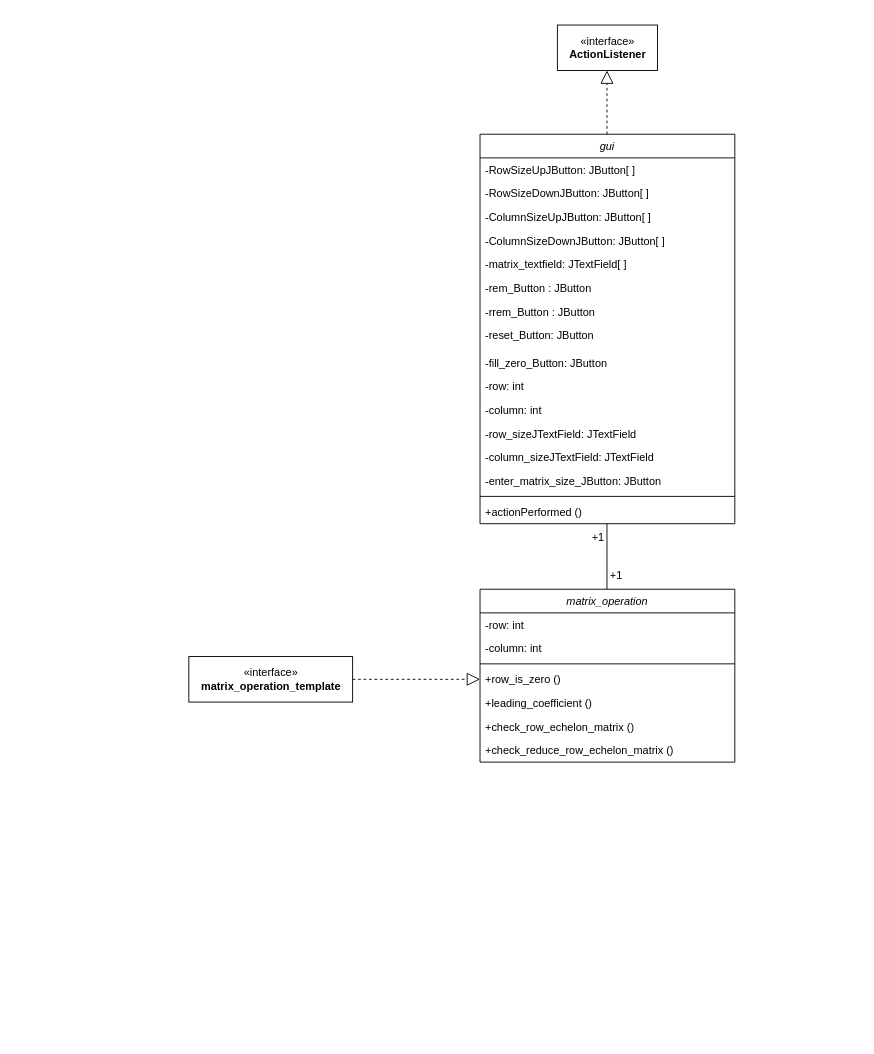
This is final/diagram/matrix_class_diagram.drawio from lsealedl/Row_Echelon_Matrix, a draw.io file, before an edit. Source tidied: cells renumbered, new cells numbered last; positions are measured from the earlier drawing's top-left corner, leaving out a move shared by most shapes. Both pictures are drawn from the tidied source at 91%, with x=0, y=0 at pixel (188, 25).
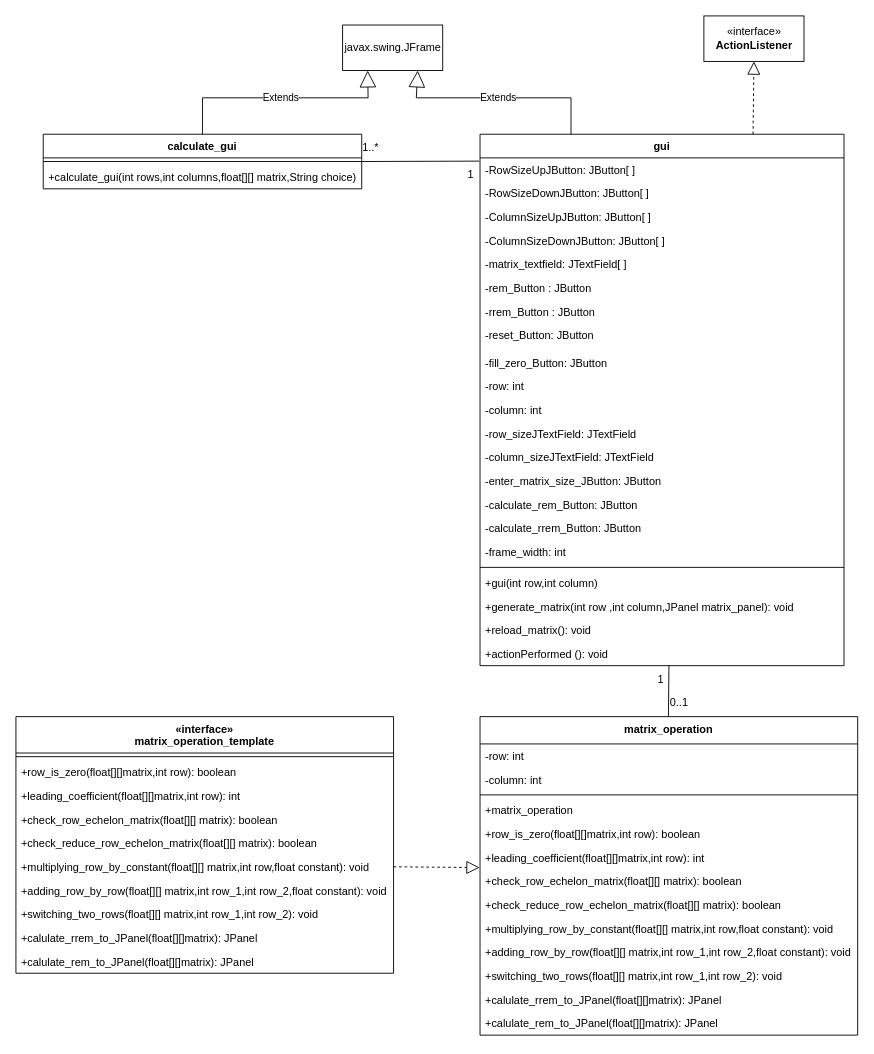
After the change.

What changed in the source:
```diff
@@
-    <mxCell id="2" value="gui" style="swimlane;fontStyle=2;align=center;verticalAlign=top;horizontal=1;startSize=26;rounded=0;shadow=0;strokeWidth=1;" parent="1" vertex="1">
-      <mxGeometry x="320" y="120" width="280" height="428" as="geometry" />
+    <mxCell id="2" value="gui" style="swimlane;fontStyle=1;align=center;verticalAlign=top;horizontal=1;startSize=26;rounded=0;shadow=0;strokeWidth=1;" parent="1" vertex="1">
+      <mxGeometry x="320" y="120" width="400" height="584" as="geometry" />
     </mxCell>
     <mxCell id="3" value="-RowSizeUpJButton: JButton[ ]" style="text;align=left;verticalAlign=top;spacingLeft=4;spacingRight=4;overflow=hidden;points=[[0,0.5],[1,0.5]];portConstraint=eastwest;" parent="2" vertex="1">
-      <mxGeometry y="26" width="280" height="26" as="geometry" />
+      <mxGeometry y="26" width="400" height="26" as="geometry" />
     </mxCell>
     <mxCell id="4" value="-RowSizeDownJButton: JButton[ ]" style="text;align=left;verticalAlign=top;spacingLeft=4;spacingRight=4;overflow=hidden;" parent="2" vertex="1">
-      <mxGeometry y="52" width="280" height="26" as="geometry" />
+      <mxGeometry y="52" width="400" height="26" as="geometry" />
     </mxCell>
     <mxCell id="5" value="-ColumnSizeUpJButton: JButton[ ]" style="text;align=left;verticalAlign=top;spacingLeft=4;spacingRight=4;overflow=hidden;" parent="2" vertex="1">
-      <mxGeometry y="78" width="280" height="26" as="geometry" />
+      <mxGeometry y="78" width="400" height="26" as="geometry" />
     </mxCell>
     <mxCell id="6" value="-ColumnSizeDownJButton: JButton[ ]" style="text;align=left;verticalAlign=top;spacingLeft=4;spacingRight=4;overflow=hidden;" parent="2" vertex="1">
-      <mxGeometry y="104" width="280" height="26" as="geometry" />
+      <mxGeometry y="104" width="400" height="26" as="geometry" />
     </mxCell>
     <mxCell id="7" value="-matrix_textfield: JTextField[ ]" style="text;align=left;verticalAlign=top;spacingLeft=4;spacingRight=4;overflow=hidden;" parent="2" vertex="1">
-      <mxGeometry y="130" width="280" height="26" as="geometry" />
+      <mxGeometry y="130" width="400" height="26" as="geometry" />
     </mxCell>
     <mxCell id="8" value="-rem_Button : JButton" style="text;align=left;verticalAlign=top;spacingLeft=4;spacingRight=4;overflow=hidden;rounded=0;shadow=0;html=0;" parent="2" vertex="1">
-      <mxGeometry y="156" width="280" height="26" as="geometry" />
+      <mxGeometry y="156" width="400" height="26" as="geometry" />
     </mxCell>
     <mxCell id="9" value="-rrem_Button : JButton" style="text;align=left;verticalAlign=top;spacingLeft=4;spacingRight=4;overflow=hidden;rounded=0;shadow=0;html=0;" parent="2" vertex="1">
-      <mxGeometry y="182" width="280" height="26" as="geometry" />
+      <mxGeometry y="182" width="400" height="26" as="geometry" />
     </mxCell>
     <mxCell id="10" value="-reset_Button: JButton" style="text;align=left;verticalAlign=top;spacingLeft=4;spacingRight=4;overflow=hidden;" parent="2" vertex="1">
-      <mxGeometry y="208" width="280" height="30" as="geometry" />
+      <mxGeometry y="208" width="400" height="30" as="geometry" />
     </mxCell>
     <mxCell id="11" value="-fill_zero_Button: JButton" style="text;align=left;verticalAlign=top;spacingLeft=4;spacingRight=4;overflow=hidden;rounded=0;shadow=0;html=0;" parent="2" vertex="1">
-      <mxGeometry y="238" width="280" height="26" as="geometry" />
+      <mxGeometry y="238" width="400" height="26" as="geometry" />
     </mxCell>
     <mxCell id="12" value="-row: int" style="text;align=left;verticalAlign=top;spacingLeft=4;spacingRight=4;overflow=hidden;rounded=0;shadow=0;html=0;" parent="2" vertex="1">
-      <mxGeometry y="264" width="280" height="26" as="geometry" />
+      <mxGeometry y="264" width="400" height="26" as="geometry" />
     </mxCell>
     <mxCell id="13" value="-column: int" style="text;align=left;verticalAlign=top;spacingLeft=4;spacingRight=4;overflow=hidden;rounded=0;shadow=0;html=0;" parent="2" vertex="1">
-      <mxGeometry y="290" width="280" height="26" as="geometry" />
+      <mxGeometry y="290" width="400" height="26" as="geometry" />
     </mxCell>
     <mxCell id="14" value="-row_sizeJTextField: JTextField" style="text;align=left;verticalAlign=top;spacingLeft=4;spacingRight=4;overflow=hidden;rounded=0;shadow=0;html=0;" parent="2" vertex="1">
-      <mxGeometry y="316" width="280" height="26" as="geometry" />
+      <mxGeometry y="316" width="400" height="26" as="geometry" />
     </mxCell>
     <mxCell id="15" value="-column_sizeJTextField: JTextField" style="text;align=left;verticalAlign=top;spacingLeft=4;spacingRight=4;overflow=hidden;rounded=0;shadow=0;html=0;" parent="2" vertex="1">
-      <mxGeometry y="342" width="280" height="26" as="geometry" />
+      <mxGeometry y="342" width="400" height="26" as="geometry" />
     </mxCell>
     <mxCell id="16" value="-enter_matrix_size_JButton: JButton" style="text;align=left;verticalAlign=top;spacingLeft=4;spacingRight=4;overflow=hidden;rounded=0;shadow=0;html=0;" parent="2" vertex="1">
-      <mxGeometry y="368" width="280" height="26" as="geometry" />
+      <mxGeometry y="368" width="400" height="26" as="geometry" />
     </mxCell>
+    <mxCell id="34" value="-calculate_rem_Button: JButton" style="text;align=left;verticalAlign=top;spacingLeft=4;spacingRight=4;overflow=hidden;rounded=0;shadow=0;html=0;" parent="2" vertex="1">
+      <mxGeometry y="394" width="400" height="26" as="geometry" />
+    </mxCell>
+    <mxCell id="35" value="-calculate_rrem_Button: JButton" style="text;align=left;verticalAlign=top;spacingLeft=4;spacingRight=4;overflow=hidden;rounded=0;shadow=0;html=0;" parent="2" vertex="1">
+      <mxGeometry y="420" width="400" height="26" as="geometry" />
+    </mxCell>
+    <mxCell id="36" value="-frame_width: int" style="text;align=left;verticalAlign=top;spacingLeft=4;spacingRight=4;overflow=hidden;rounded=0;shadow=0;html=0;" parent="2" vertex="1">
+      <mxGeometry y="446" width="400" height="26" as="geometry" />
+    </mxCell>
     <mxCell id="17" style="line;html=1;strokeWidth=1;align=left;verticalAlign=middle;spacingTop=-1;spacingLeft=3;spacingRight=3;labelPosition=right;" parent="2" vertex="1">
-      <mxGeometry y="394" width="280" height="8" as="geometry" />
+      <mxGeometry y="472" width="400" height="8" as="geometry" />
     </mxCell>
+    <mxCell id="37" value="+gui(int row,int column)" style="text;align=left;verticalAlign=top;spacingLeft=4;spacingRight=4;overflow=hidden;rounded=0;shadow=0;html=0;" parent="2" vertex="1">
+      <mxGeometry y="480" width="400" height="26" as="geometry" />
+    </mxCell>
+    <mxCell id="38" value="+generate_matrix(int row ,int column,JPanel matrix_panel): void" style="text;align=left;verticalAlign=top;spacingLeft=4;spacingRight=4;overflow=hidden;rounded=0;shadow=0;html=0;" parent="2" vertex="1">
+      <mxGeometry y="506" width="400" height="26" as="geometry" />
+    </mxCell>
+    <mxCell id="39" value="+reload_matrix(): void" style="text;align=left;verticalAlign=top;spacingLeft=4;spacingRight=4;overflow=hidden;rounded=0;shadow=0;html=0;" parent="2" vertex="1">
+      <mxGeometry y="532" width="400" height="26" as="geometry" />
+    </mxCell>
-    <mxCell id="18" value="+actionPerformed ()" style="text;align=left;verticalAlign=top;spacingLeft=4;spacingRight=4;overflow=hidden;points=[[0,0.5],[1,0.5]];portConstraint=eastwest;rounded=0;shadow=0;html=0;" parent="2" vertex="1">
-      <mxGeometry y="402" width="280" height="26" as="geometry" />
+    <mxCell id="18" value="+actionPerformed (): void" style="text;align=left;verticalAlign=top;spacingLeft=4;spacingRight=4;overflow=hidden;points=[[0,0.5],[1,0.5]];portConstraint=eastwest;rounded=0;shadow=0;html=0;" parent="2" vertex="1">
+      <mxGeometry y="558" width="400" height="26" as="geometry" />
     </mxCell>
-    <mxCell id="19" style="endArrow=none;html=1;rounded=0;" parent="1" edge="1">
+    <mxCell id="19" style="endArrow=none;html=1;rounded=0;exitX=0.519;exitY=0.995;exitDx=0;exitDy=0;exitPerimeter=0;" parent="1" edge="1" source="18">
       <mxGeometry relative="1" as="geometry">
-        <mxPoint x="459.5" y="548" as="sourcePoint" />
-        <mxPoint x="459.5" y="621" as="targetPoint" />
+        <mxPoint x="526.9" y="773" as="targetPoint" />
       </mxGeometry>
     </mxCell>
     <mxCell id="20" value="«interface»&lt;br&gt;&lt;b&gt;ActionListener&lt;/b&gt;" style="html=1;" parent="1" vertex="1">
-      <mxGeometry x="405" width="110" height="50" as="geometry" />
+      <mxGeometry x="566" y="-10" width="110" height="50" as="geometry" />
     </mxCell>
-    <mxCell id="21" style="endArrow=block;dashed=1;endFill=0;endSize=12;html=1;rounded=0;entryX=0.5;entryY=1;entryDx=0;entryDy=0;exitX=0.5;exitY=0;exitDx=0;exitDy=0;" parent="1" edge="1">
-      <mxGeometry relative="1" as="geometry">
-        <mxPoint x="459.5" y="120" as="sourcePoint" />
-        <mxPoint x="459.5" y="50" as="targetPoint" />
-      </mxGeometry>
+    <mxCell id="21" style="endArrow=block;dashed=1;endFill=0;endSize=12;html=1;rounded=0;entryX=0.5;entryY=1;entryDx=0;entryDy=0;exitX=0.75;exitY=0;exitDx=0;exitDy=0;" parent="1" edge="1" source="2" target="20">
+      <mxGeometry relative="1" as="geometry" />
     </mxCell>
+    <mxCell id="30" value="0..1" style="text;html=1;strokeColor=none;fillColor=none;align=center;verticalAlign=middle;whiteSpace=wrap;rounded=0;" parent="1" vertex="1">
+      <mxGeometry x="529" y="730" width="20" height="30" as="geometry" />
+    </mxCell>
+    <mxCell id="31" value="1" style="text;html=1;strokeColor=none;fillColor=none;align=center;verticalAlign=middle;whiteSpace=wrap;rounded=0;" parent="1" vertex="1">
+      <mxGeometry x="509" y="704" width="20" height="30" as="geometry" />
+    </mxCell>
+    <mxCell id="33" style="endArrow=block;dashed=1;endFill=0;endSize=12;html=1;rounded=0;exitX=1;exitY=0.5;exitDx=0;exitDy=0;entryX=-0.001;entryY=-0.081;entryDx=0;entryDy=0;entryPerimeter=0;" parent="1" edge="1" source="51" target="60">
+      <mxGeometry relative="1" as="geometry" />
+    </mxCell>
+    <mxCell id="40" value="javax.swing.JFrame" style="html=1;" parent="1" vertex="1">
+      <mxGeometry x="169" width="110" height="50" as="geometry" />
+    </mxCell>
+    <mxCell id="41" value="calculate_gui" style="swimlane;fontStyle=1;align=center;verticalAlign=top;horizontal=1;startSize=26;" parent="1" vertex="1">
+      <mxGeometry x="-160" y="120" width="350" height="60" as="geometry" />
+    </mxCell>
+    <mxCell id="42" style="line;strokeWidth=1;fillColor=none;align=left;verticalAlign=middle;spacingTop=-1;spacingLeft=3;spacingRight=3;labelPosition=right;strokeColor=inherit;" parent="41" vertex="1">
+      <mxGeometry y="26" width="350" height="8" as="geometry" />
+    </mxCell>
+    <mxCell id="43" value="+calculate_gui(int rows,int columns,float[][] matrix,String choice)" style="text;strokeColor=none;fillColor=none;align=left;verticalAlign=top;spacingLeft=4;spacingRight=4;overflow=hidden;" parent="41" vertex="1">
+      <mxGeometry y="34" width="350" height="26" as="geometry" />
+    </mxCell>
+    <mxCell id="44" value="Extends" style="endArrow=block;endSize=16;endFill=0;html=1;rounded=0;exitX=0.5;exitY=0;exitDx=0;exitDy=0;entryX=0.25;entryY=1;entryDx=0;entryDy=0;" parent="1" edge="1" source="41" target="40">
+      <mxGeometry relative="1" as="geometry">
+        <Array as="points">
+          <mxPoint x="15" y="80" />
+          <mxPoint x="197" y="80" />
+        </Array>
+      </mxGeometry>
+    </mxCell>
+    <mxCell id="45" value="Extends" style="endArrow=block;endSize=16;endFill=0;html=1;rounded=0;exitX=0.25;exitY=0;exitDx=0;exitDy=0;entryX=0.75;entryY=1;entryDx=0;entryDy=0;" parent="1" edge="1" source="2" target="40">
+      <mxGeometry relative="1" as="geometry">
+        <Array as="points">
+          <mxPoint x="420" y="80" />
+          <mxPoint x="250" y="80" />
+        </Array>
+      </mxGeometry>
+    </mxCell>
+    <mxCell id="32" value="«interface»&#10;matrix_operation_template" style="swimlane;fontStyle=1;align=center;verticalAlign=top;horizontal=1;startSize=40;" parent="1" vertex="1">
+      <mxGeometry x="-190" y="760" width="415" height="282" as="geometry" />
+    </mxCell>
+    <mxCell id="46" style="line;strokeWidth=1;fillColor=none;align=left;verticalAlign=middle;spacingTop=-1;spacingLeft=3;spacingRight=3;labelPosition=right;strokeColor=inherit;" parent="32" vertex="1">
+      <mxGeometry y="40" width="415" height="8" as="geometry" />
+    </mxCell>
+    <mxCell id="47" value="+row_is_zero(float[][]matrix,int row): boolean" style="text;strokeColor=none;fillColor=none;align=left;verticalAlign=top;spacingLeft=4;spacingRight=4;overflow=hidden;" parent="32" vertex="1">
+      <mxGeometry y="48" width="415" height="26" as="geometry" />
+    </mxCell>
+    <mxCell id="48" value="+leading_coefficient(float[][]matrix,int row): int" style="text;strokeColor=none;fillColor=none;align=left;verticalAlign=top;spacingLeft=4;spacingRight=4;overflow=hidden;" parent="32" vertex="1">
+      <mxGeometry y="74" width="415" height="26" as="geometry" />
+    </mxCell>
+    <mxCell id="49" value="+check_row_echelon_matrix(float[][] matrix): boolean" style="text;strokeColor=none;fillColor=none;align=left;verticalAlign=top;spacingLeft=4;spacingRight=4;overflow=hidden;" parent="32" vertex="1">
+      <mxGeometry y="100" width="415" height="26" as="geometry" />
+    </mxCell>
+    <mxCell id="50" value="+check_reduce_row_echelon_matrix(float[][] matrix): boolean" style="text;strokeColor=none;fillColor=none;align=left;verticalAlign=top;spacingLeft=4;spacingRight=4;overflow=hidden;" parent="32" vertex="1">
+      <mxGeometry y="126" width="415" height="26" as="geometry" />
+    </mxCell>
+    <mxCell id="51" value="+multiplying_row_by_constant(float[][] matrix,int row,float constant): void" style="text;strokeColor=none;fillColor=none;align=left;verticalAlign=top;spacingLeft=4;spacingRight=4;overflow=hidden;points=[[0,0.5],[1,0.5]];portConstraint=eastwest;" parent="32" vertex="1">
+      <mxGeometry y="152" width="415" height="26" as="geometry" />
+    </mxCell>
+    <mxCell id="52" value="+adding_row_by_row(float[][] matrix,int row_1,int row_2,float constant): void" style="text;strokeColor=none;fillColor=none;align=left;verticalAlign=top;spacingLeft=4;spacingRight=4;overflow=hidden;" parent="32" vertex="1">
+      <mxGeometry y="178" width="415" height="26" as="geometry" />
+    </mxCell>
+    <mxCell id="53" value="+switching_two_rows(float[][] matrix,int row_1,int row_2): void" style="text;strokeColor=none;fillColor=none;align=left;verticalAlign=top;spacingLeft=4;spacingRight=4;overflow=hidden;" parent="32" vertex="1">
+      <mxGeometry y="204" width="415" height="26" as="geometry" />
+    </mxCell>
+    <mxCell id="54" value="+calulate_rrem_to_JPanel(float[][]matrix): JPanel" style="text;strokeColor=none;fillColor=none;align=left;verticalAlign=top;spacingLeft=4;spacingRight=4;overflow=hidden;" parent="32" vertex="1">
+      <mxGeometry y="230" width="415" height="26" as="geometry" />
+    </mxCell>
+    <mxCell id="55" value="+calulate_rem_to_JPanel(float[][]matrix): JPanel" style="text;strokeColor=none;fillColor=none;align=left;verticalAlign=top;spacingLeft=4;spacingRight=4;overflow=hidden;" parent="32" vertex="1">
+      <mxGeometry y="256" width="415" height="26" as="geometry" />
+    </mxCell>
-    <mxCell id="22" value="matrix_operation" style="swimlane;fontStyle=2;align=center;verticalAlign=top;horizontal=1;startSize=26;rounded=0;shadow=0;strokeWidth=1;" parent="1" vertex="1">
-      <mxGeometry x="320" y="620" width="280" height="190" as="geometry" />
+    <mxCell id="22" value="matrix_operation" style="swimlane;fontStyle=1;align=center;verticalAlign=top;horizontal=1;startSize=30;" parent="1" vertex="1">
+      <mxGeometry x="320" y="760" width="415" height="350" as="geometry" />
     </mxCell>
-    <mxCell id="23" value="-row: int" style="text;align=left;verticalAlign=top;spacingLeft=4;spacingRight=4;overflow=hidden;rounded=0;shadow=0;html=0;" parent="22" vertex="1">
-      <mxGeometry y="26" width="280" height="26" as="geometry" />
+    <mxCell id="23" value="-row: int" style="text;strokeColor=none;fillColor=none;align=left;verticalAlign=top;spacingLeft=4;spacingRight=4;overflow=hidden;" parent="22" vertex="1">
+      <mxGeometry y="30" width="415" height="26" as="geometry" />
     </mxCell>
-    <mxCell id="24" value="-column: int" style="text;align=left;verticalAlign=top;spacingLeft=4;spacingRight=4;overflow=hidden;rounded=0;shadow=0;html=0;" parent="22" vertex="1">
-      <mxGeometry y="52" width="280" height="26" as="geometry" />
+    <mxCell id="24" value="-column: int" style="text;strokeColor=none;fillColor=none;align=left;verticalAlign=top;spacingLeft=4;spacingRight=4;overflow=hidden;" parent="22" vertex="1">
+      <mxGeometry y="56" width="415" height="26" as="geometry" />
     </mxCell>
-    <mxCell id="25" style="line;html=1;strokeWidth=1;align=left;verticalAlign=middle;spacingTop=-1;spacingLeft=3;spacingRight=3;labelPosition=right;" parent="22" vertex="1">
-      <mxGeometry y="78" width="280" height="8" as="geometry" />
-    </mxCell>
-    <mxCell id="26" value="+row_is_zero ()" style="text;align=left;verticalAlign=top;spacingLeft=4;spacingRight=4;overflow=hidden;points=[[0,0.5],[1,0.5]];portConstraint=eastwest;rounded=0;shadow=0;html=0;" parent="22" vertex="1">
-      <mxGeometry y="86" width="280" height="26" as="geometry" />
-    </mxCell>
-    <mxCell id="27" value="+leading_coefficient ()" style="text;align=left;verticalAlign=top;spacingLeft=4;spacingRight=4;overflow=hidden;rounded=0;shadow=0;html=0;" parent="22" vertex="1">
-      <mxGeometry y="112" width="280" height="26" as="geometry" />
-    </mxCell>
-    <mxCell id="28" value="+check_row_echelon_matrix ()" style="text;align=left;verticalAlign=top;spacingLeft=4;spacingRight=4;overflow=hidden;rounded=0;shadow=0;html=0;" parent="22" vertex="1">
-      <mxGeometry y="138" width="280" height="26" as="geometry" />
-    </mxCell>
-    <mxCell id="29" value="+check_reduce_row_echelon_matrix ()" style="text;align=left;verticalAlign=top;spacingLeft=4;spacingRight=4;overflow=hidden;rounded=0;shadow=0;html=0;" parent="22" vertex="1">
-      <mxGeometry y="164" width="280" height="26" as="geometry" />
-    </mxCell>
-    <mxCell id="30" value="+1" style="text;html=1;strokeColor=none;fillColor=none;align=center;verticalAlign=middle;whiteSpace=wrap;rounded=0;" parent="1" vertex="1">
-      <mxGeometry x="460" y="590" width="20" height="30" as="geometry" />
-    </mxCell>
-    <mxCell id="31" value="+1" style="text;html=1;strokeColor=none;fillColor=none;align=center;verticalAlign=middle;whiteSpace=wrap;rounded=0;" parent="1" vertex="1">
-      <mxGeometry x="440" y="548" width="20" height="30" as="geometry" />
-    </mxCell>
-    <mxCell id="32" value="«interface»&lt;br&gt;&lt;b&gt;matrix_operation_template&lt;/b&gt;" style="html=1;" parent="1" vertex="1">
-      <mxGeometry y="694" width="180" height="50" as="geometry" />
-    </mxCell>
-    <mxCell id="33" style="endArrow=block;dashed=1;endFill=0;endSize=12;html=1;rounded=0;exitX=1;exitY=0.5;exitDx=0;exitDy=0;entryX=0;entryY=0.5;entryDx=0;entryDy=0;" parent="1" edge="1" source="32" target="26">
-      <mxGeometry relative="1" as="geometry" />
-    </mxCell>
+    <mxCell id="56" style="line;strokeWidth=1;fillColor=none;align=left;verticalAlign=middle;spacingTop=-1;spacingLeft=3;spacingRight=3;labelPosition=right;strokeColor=inherit;" parent="22" vertex="1">
+      <mxGeometry y="82" width="415" height="8" as="geometry" />
+    </mxCell>
+    <mxCell id="57" value="+matrix_operation" style="text;strokeColor=none;fillColor=none;align=left;verticalAlign=top;spacingLeft=4;spacingRight=4;overflow=hidden;" parent="22" vertex="1">
+      <mxGeometry y="90" width="415" height="26" as="geometry" />
+    </mxCell>
+    <mxCell id="58" value="+row_is_zero(float[][]matrix,int row): boolean" style="text;strokeColor=none;fillColor=none;align=left;verticalAlign=top;spacingLeft=4;spacingRight=4;overflow=hidden;" parent="22" vertex="1">
+      <mxGeometry y="116" width="415" height="26" as="geometry" />
+    </mxCell>
+    <mxCell id="59" value="+leading_coefficient(float[][]matrix,int row): int" style="text;strokeColor=none;fillColor=none;align=left;verticalAlign=top;spacingLeft=4;spacingRight=4;overflow=hidden;" parent="22" vertex="1">
+      <mxGeometry y="142" width="415" height="26" as="geometry" />
+    </mxCell>
+    <mxCell id="60" value="+check_row_echelon_matrix(float[][] matrix): boolean" style="text;strokeColor=none;fillColor=none;align=left;verticalAlign=top;spacingLeft=4;spacingRight=4;overflow=hidden;points=[[0,0.5],[1,0.5]];portConstraint=eastwest;" parent="22" vertex="1">
+      <mxGeometry y="168" width="415" height="26" as="geometry" />
+    </mxCell>
+    <mxCell id="61" value="+check_reduce_row_echelon_matrix(float[][] matrix): boolean" style="text;strokeColor=none;fillColor=none;align=left;verticalAlign=top;spacingLeft=4;spacingRight=4;overflow=hidden;" parent="22" vertex="1">
+      <mxGeometry y="194" width="415" height="26" as="geometry" />
+    </mxCell>
+    <mxCell id="62" value="+multiplying_row_by_constant(float[][] matrix,int row,float constant): void" style="text;strokeColor=none;fillColor=none;align=left;verticalAlign=top;spacingLeft=4;spacingRight=4;overflow=hidden;" parent="22" vertex="1">
+      <mxGeometry y="220" width="415" height="26" as="geometry" />
+    </mxCell>
+    <mxCell id="63" value="+adding_row_by_row(float[][] matrix,int row_1,int row_2,float constant): void" style="text;strokeColor=none;fillColor=none;align=left;verticalAlign=top;spacingLeft=4;spacingRight=4;overflow=hidden;" parent="22" vertex="1">
+      <mxGeometry y="246" width="415" height="26" as="geometry" />
+    </mxCell>
+    <mxCell id="64" value="+switching_two_rows(float[][] matrix,int row_1,int row_2): void" style="text;strokeColor=none;fillColor=none;align=left;verticalAlign=top;spacingLeft=4;spacingRight=4;overflow=hidden;" parent="22" vertex="1">
+      <mxGeometry y="272" width="415" height="26" as="geometry" />
+    </mxCell>
+    <mxCell id="65" value="+calulate_rrem_to_JPanel(float[][]matrix): JPanel" style="text;strokeColor=none;fillColor=none;align=left;verticalAlign=top;spacingLeft=4;spacingRight=4;overflow=hidden;" parent="22" vertex="1">
+      <mxGeometry y="298" width="415" height="26" as="geometry" />
+    </mxCell>
+    <mxCell id="66" value="+calulate_rem_to_JPanel(float[][]matrix): JPanel" style="text;strokeColor=none;fillColor=none;align=left;verticalAlign=top;spacingLeft=4;spacingRight=4;overflow=hidden;" parent="22" vertex="1">
+      <mxGeometry y="324" width="415" height="26" as="geometry" />
+    </mxCell>
+    <mxCell id="67" style="endArrow=none;html=1;rounded=0;exitX=1;exitY=0.5;exitDx=0;exitDy=0;entryX=-0.002;entryY=0.137;entryDx=0;entryDy=0;entryPerimeter=0;" parent="1" edge="1" source="41" target="3">
+      <mxGeometry relative="1" as="geometry" />
+    </mxCell>
+    <mxCell id="68" value="1..*" style="text;html=1;strokeColor=none;fillColor=none;align=center;verticalAlign=middle;whiteSpace=wrap;rounded=0;" parent="1" vertex="1">
+      <mxGeometry x="190" y="120" width="20" height="30" as="geometry" />
+    </mxCell>
+    <mxCell id="69" value="1" style="text;html=1;strokeColor=none;fillColor=none;align=center;verticalAlign=middle;whiteSpace=wrap;rounded=0;" parent="1" vertex="1">
+      <mxGeometry x="300" y="150" width="20" height="30" as="geometry" />
+    </mxCell>
```
